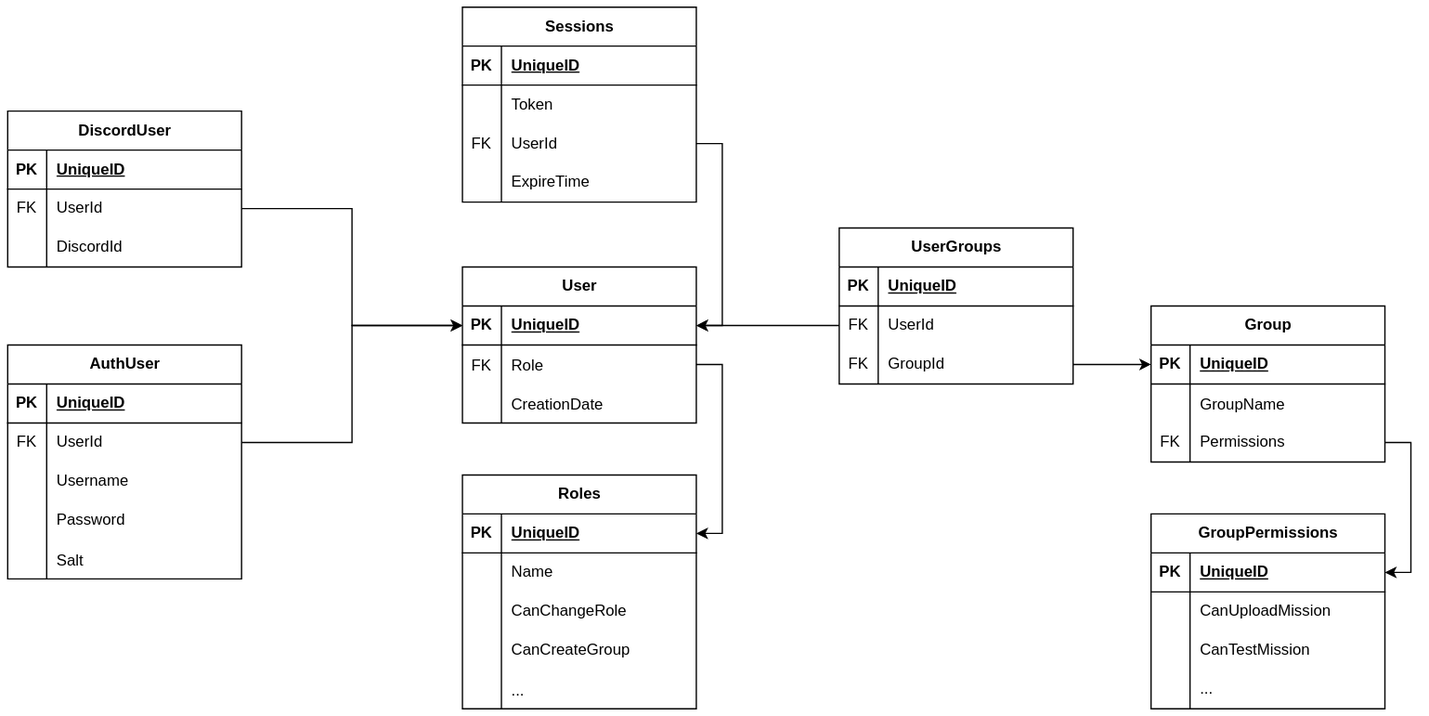
Above: arch/AuthModel.svg in BourbonWarfare/potato_backend (draw.io), before the change. Source tidied: cells renumbered, new cells last; positions are measured from the earlier drawing's top-left corner, leaving out a move shared by most shapes.
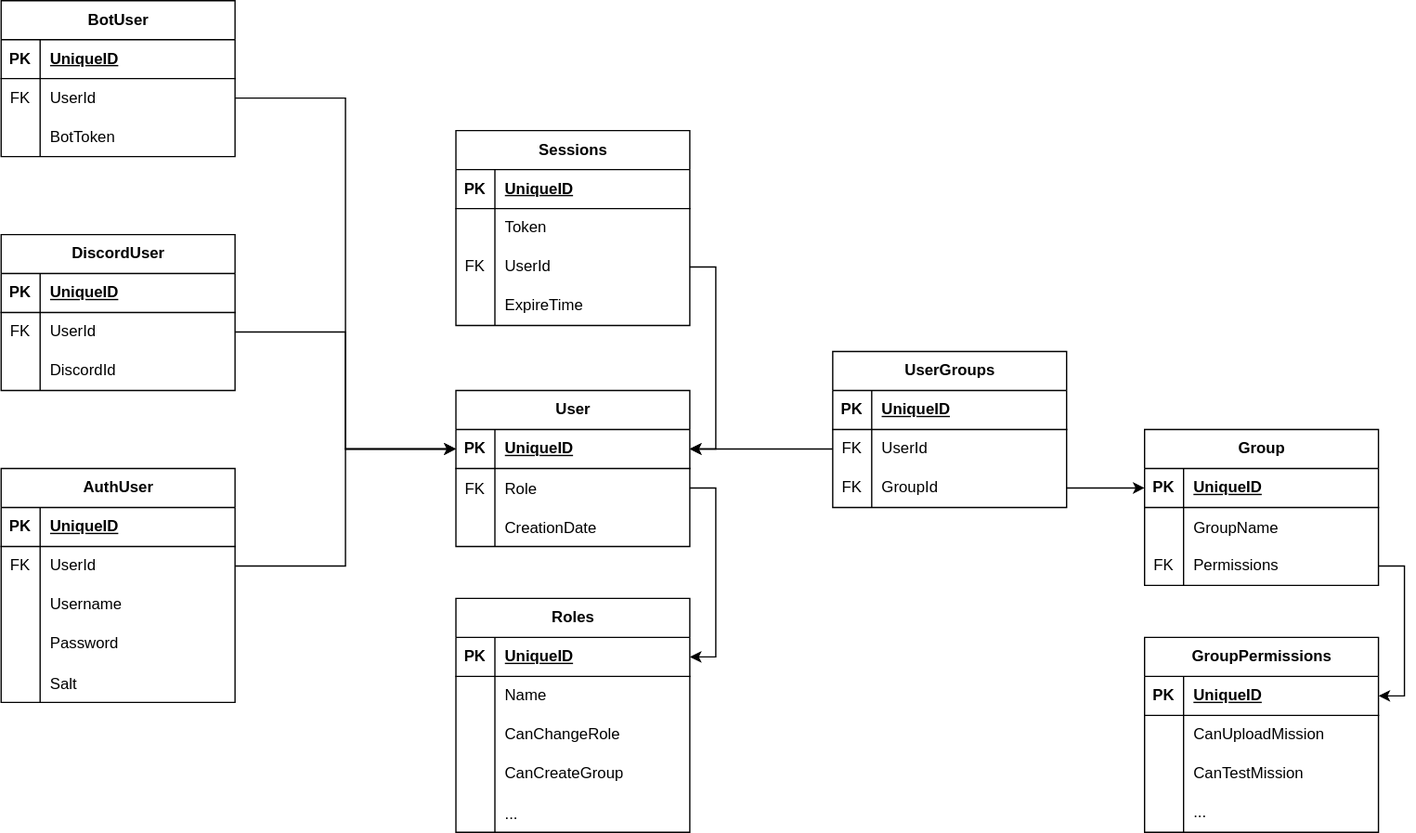
The same file after the commit.

The edit, as a diff of the source:
```diff
@@ -317,5 +317,38 @@
     <mxCell id="106" style="edgeStyle=orthogonalEdgeStyle;rounded=0;jettySize=auto;html=1;exitX=1;exitY=0.5;exitDx=0;exitDy=0;entryX=1;entryY=0.5;entryDx=0;entryDy=0;" parent="1" edge="1" source="47" target="94">
       <mxGeometry relative="1" as="geometry" />
     </mxCell>
+    <mxCell id="107" value="BotUser" style="shape=table;startSize=30;rowLines=0;fontStyle=1;align=center;html=1;" parent="1" vertex="1">
+      <mxGeometry y="-100" width="180" height="120" as="geometry" />
+    </mxCell>
+    <mxCell id="108" style="shape=tableRow;horizontal=0;startSize=0;swimlaneHead=0;swimlaneBody=0;fillColor=none;top=0;left=0;right=0;bottom=1;" parent="107" vertex="1">
+      <mxGeometry y="30" width="180" height="30" as="geometry" />
+    </mxCell>
+    <mxCell id="109" value="PK" style="shape=partialRectangle;fillColor=none;top=0;left=0;bottom=0;right=0;fontStyle=1;overflow=hidden;whiteSpace=wrap;html=1;" parent="108" vertex="1">
+      <mxGeometry width="30" height="30" as="geometry" />
+    </mxCell>
+    <mxCell id="110" value="UniqueID" style="shape=partialRectangle;fillColor=none;top=0;left=0;bottom=0;right=0;align=left;spacingLeft=6;fontStyle=5;overflow=hidden;whiteSpace=wrap;html=1;" parent="108" vertex="1">
+      <mxGeometry x="30" width="150" height="30" as="geometry" />
+    </mxCell>
+    <mxCell id="111" style="shape=tableRow;horizontal=0;startSize=0;swimlaneHead=0;swimlaneBody=0;fillColor=none;points=[[0,0.5],[1,0.5]];portConstraint=eastwest;top=0;left=0;right=0;bottom=0;" parent="107" vertex="1">
+      <mxGeometry y="60" width="180" height="30" as="geometry" />
+    </mxCell>
+    <mxCell id="112" value="FK" style="shape=partialRectangle;fillColor=none;top=0;left=0;bottom=0;right=0;overflow=hidden;whiteSpace=wrap;html=1;" parent="111" vertex="1">
+      <mxGeometry width="30" height="30" as="geometry" />
+    </mxCell>
+    <mxCell id="113" value="UserId" style="shape=partialRectangle;fillColor=none;top=0;left=0;bottom=0;right=0;align=left;spacingLeft=6;overflow=hidden;whiteSpace=wrap;html=1;" parent="111" vertex="1">
+      <mxGeometry x="30" width="150" height="30" as="geometry" />
+    </mxCell>
+    <mxCell id="114" style="shape=tableRow;horizontal=0;startSize=0;swimlaneHead=0;swimlaneBody=0;fillColor=none;top=0;left=0;right=0;bottom=0;" parent="107" vertex="1">
+      <mxGeometry y="90" width="180" height="30" as="geometry" />
+    </mxCell>
+    <mxCell id="115" style="shape=partialRectangle;fillColor=none;top=0;left=0;bottom=0;right=0;overflow=hidden;whiteSpace=wrap;html=1;" parent="114" vertex="1">
+      <mxGeometry width="30" height="30" as="geometry" />
+    </mxCell>
+    <mxCell id="116" value="&lt;div&gt;BotToken&lt;/div&gt;" style="shape=partialRectangle;fillColor=none;top=0;left=0;bottom=0;right=0;align=left;spacingLeft=6;overflow=hidden;whiteSpace=wrap;html=1;" parent="114" vertex="1">
+      <mxGeometry x="30" width="150" height="30" as="geometry" />
+    </mxCell>
+    <mxCell id="117" style="edgeStyle=orthogonalEdgeStyle;rounded=0;jettySize=auto;html=1;exitX=1;exitY=0.5;exitDx=0;exitDy=0;entryX=0;entryY=0.5;entryDx=0;entryDy=0;" parent="1" edge="1" source="111" target="3">
+      <mxGeometry relative="1" as="geometry" />
+    </mxCell>
   </root>
 </mxGraphModel>
```
